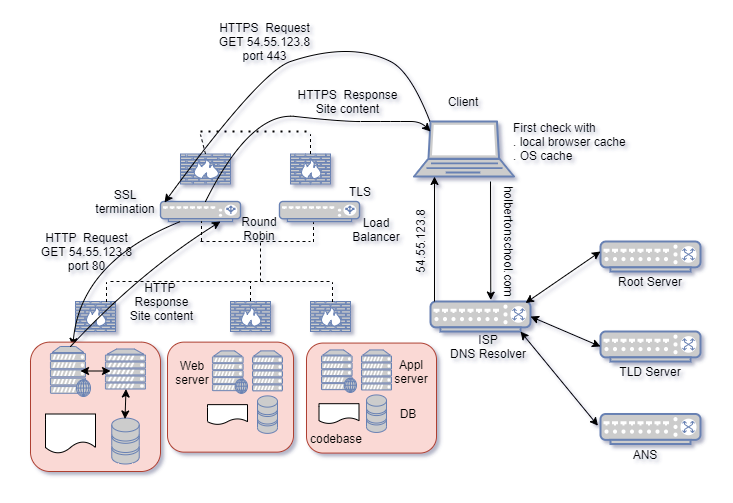
Before: 0x11-what_happens_when_your_type_holbertonschool_com_in_your_browser_and_press_enter/images/blog.png, a diagram exported from draw.io (huy75/holberton-system_engineering-devops). Source tidied: cells renumbered, new cells last; positions are measured from the earlier drawing's top-left corner, leaving out a move shared by most shapes.
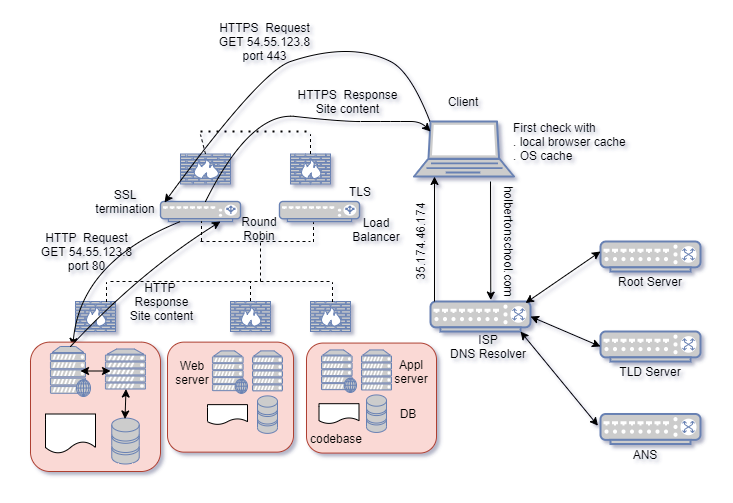
The same diagram one commit later.

What changed in the source:
```diff
@@ -5,7 +5,7 @@
     <mxCell id="2" value="holbertonschool.com" style="text;html=1;strokeColor=none;fillColor=none;align=center;verticalAlign=middle;whiteSpace=wrap;rounded=0;rotation=90;" parent="1" vertex="1">
       <mxGeometry x="429" y="200" width="120" height="20" as="geometry" />
     </mxCell>
-    <mxCell id="3" value="54.55.123.8" style="text;html=1;strokeColor=none;fillColor=none;align=center;verticalAlign=middle;whiteSpace=wrap;rounded=0;rotation=-90;" parent="1" vertex="1">
+    <mxCell id="3" value="35.174.46.174" style="text;html=1;strokeColor=none;fillColor=none;align=center;verticalAlign=middle;whiteSpace=wrap;rounded=0;rotation=-90;" parent="1" vertex="1">
       <mxGeometry x="350" y="200" width="100" height="20" as="geometry" />
     </mxCell>
     <mxCell id="4" style="fontColor=#0066CC;verticalAlign=top;verticalLabelPosition=bottom;labelPosition=center;align=center;html=1;outlineConnect=0;fillColor=#CCCCCC;strokeColor=#6881B3;gradientColor=none;gradientDirection=north;strokeWidth=2;shape=mxgraph.networks.laptop;" parent="1" vertex="1">
```
